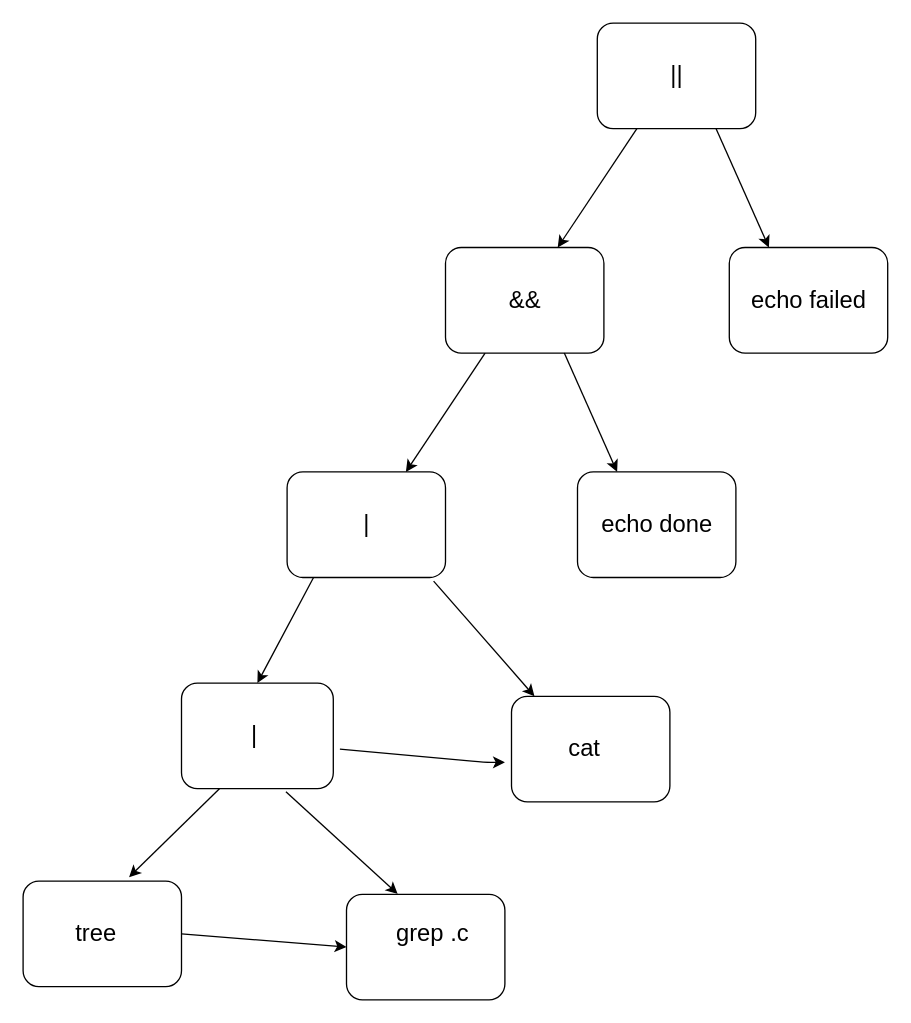
iibabyy/minishell keeps this draw.io diagram as ast.drawio. Above is the earlier version. Source tidied: cells renumbered, new cells numbered last; positions are measured from the earlier drawing's top-left corner, leaving out a move shared by most shapes. Both pictures are drawn from the tidied source at 132%, with x=0, y=0 at pixel (22, 22).
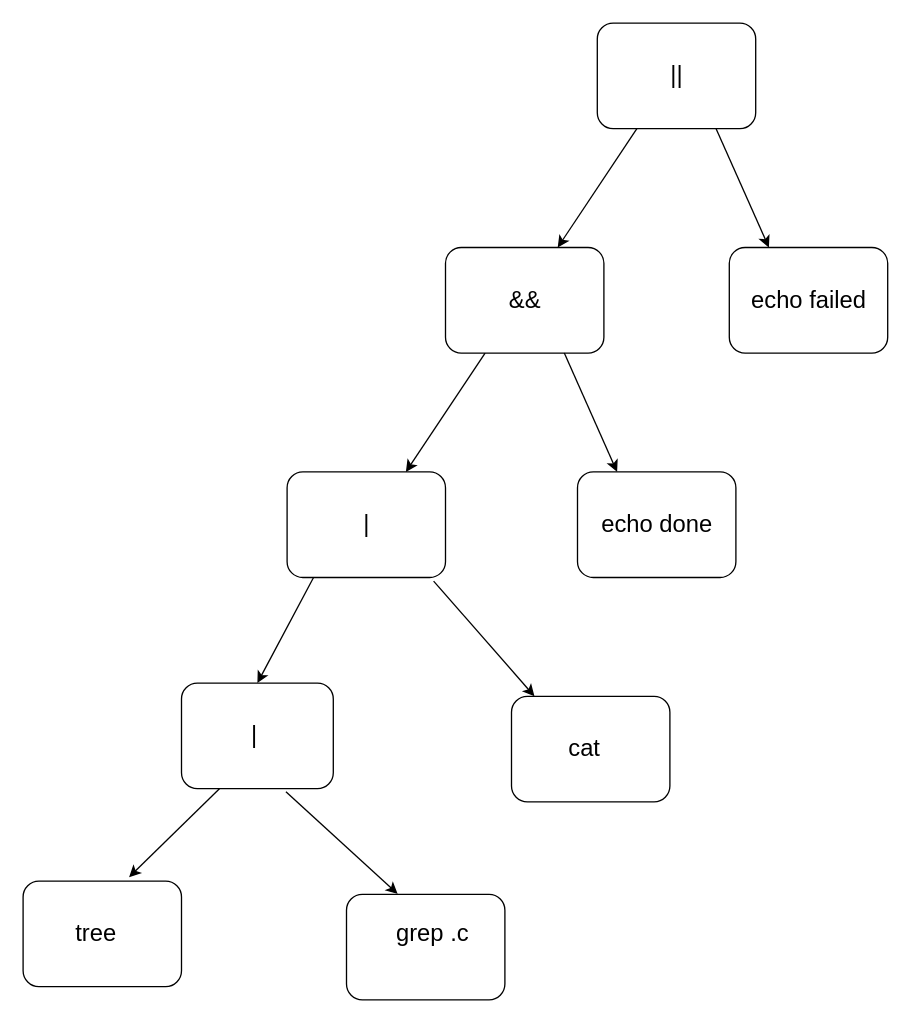
The same page after the edit.

Unchanged cells that the change refers to:
```xml
<mxCell id="2" style="rounded=1;whiteSpace=wrap;html=1;" parent="1" vertex="1">
  <mxGeometry y="650" width="120" height="80" as="geometry" />
</mxCell>
<mxCell id="5" style="rounded=1;whiteSpace=wrap;html=1;" parent="1" vertex="1">
  <mxGeometry x="245" y="660" width="120" height="80" as="geometry" />
</mxCell>
```

Diff of the diagram source:
```diff
@@
-    <mxCell id="22" style="endArrow=classic;html=1;exitX=1;exitY=0.5;exitDx=0;exitDy=0;entryX=0;entryY=0.5;entryDx=0;entryDy=0;" parent="1" edge="1" source="2" target="5">
-      <mxGeometry relative="1" as="geometry" />
-    </mxCell>
-    <mxCell id="23" style="endArrow=classic;html=1;exitX=1;exitY=0.5;exitDx=0;exitDy=0;entryX=0;entryY=0.5;entryDx=0;entryDy=0;" parent="1" edge="1">
-      <mxGeometry relative="1" as="geometry">
-        <mxPoint x="240" y="550" as="sourcePoint" />
-        <mxPoint x="365" y="560" as="targetPoint" />
-        <Array as="points">
-          <mxPoint x="350" y="560" />
-        </Array>
-      </mxGeometry>
-    </mxCell>
```
